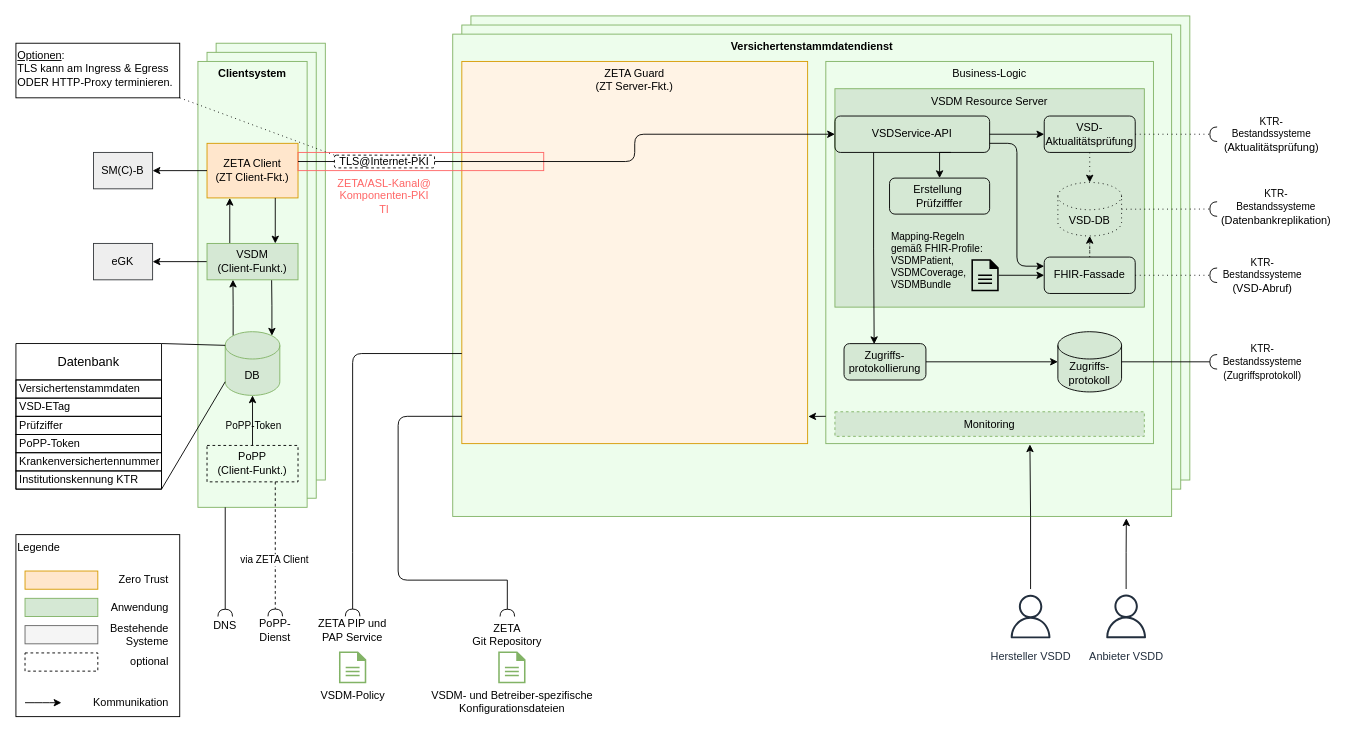
The draw.io diagram src/drawio/Systemueberblick_VSDM2_v2.drawio in gematik/spec-VSDM2, before the edit. Source tidied: cells renumbered, new cells numbered last; positions are measured from the earlier drawing's top-left corner, leaving out a move shared by most shapes. Both pictures are drawn from the tidied source at 91%, with x=0, y=0 at pixel (15, 15).
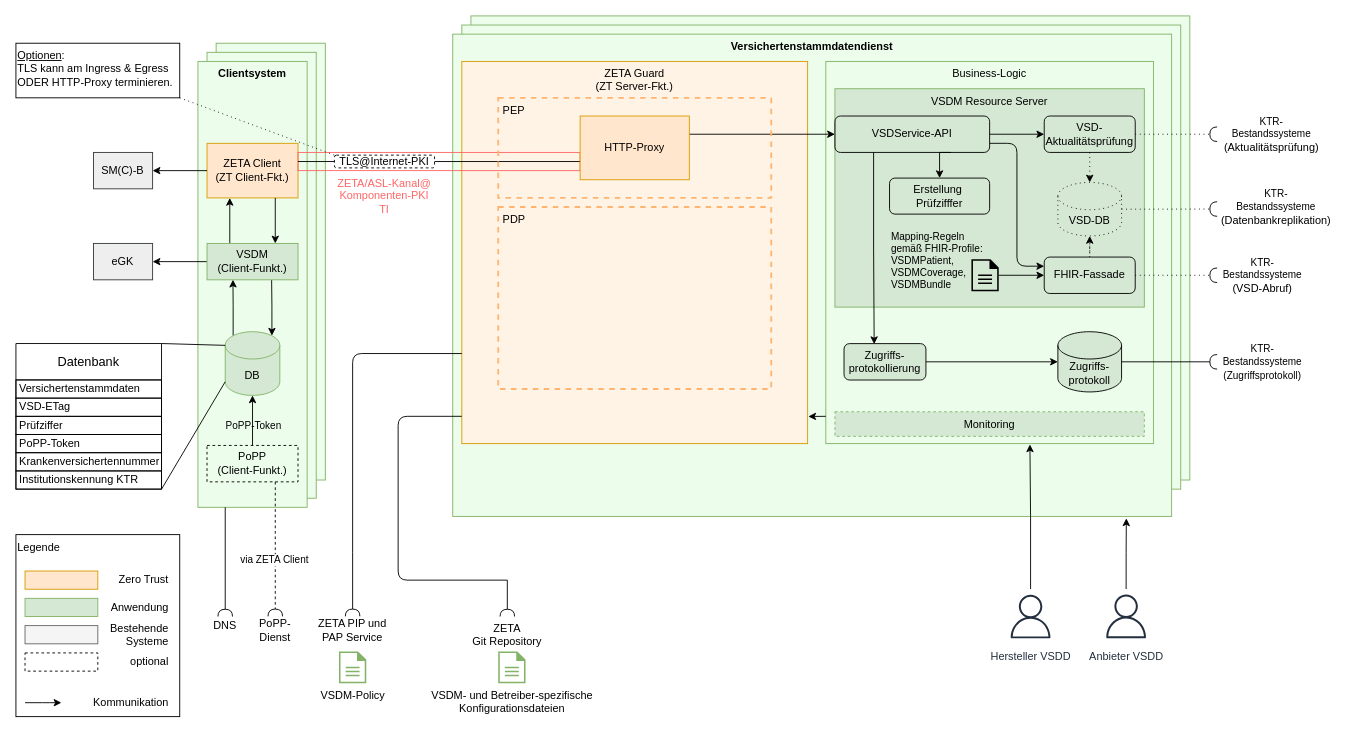
After the change.

Commit message:
ABH: Updating VSDM2 system overview (part 2)

The edit, as a diff of the source:
```diff
@@
     <mxCell id="37" style="rounded=0;whiteSpace=wrap;html=1;fillColor=none;strokeColor=#FF6666;align=right;" parent="1" vertex="1">
-      <mxGeometry x="310" y="150" width="270" height="20" as="geometry" />
+      <mxGeometry x="310" y="150" width="310" height="20" as="geometry" />
     </mxCell>
@@
+    <mxCell id="96" value="HTTP-Proxy" style="rounded=0;whiteSpace=wrap;html=1;fillColor=#ffe6cc;strokeColor=#d79b00;" parent="1" vertex="1">
+      <mxGeometry x="620" y="110" width="120" height="70" as="geometry" />
+    </mxCell>
+    <mxCell id="97" value="&amp;nbsp;PDP&amp;nbsp;" style="rounded=0;whiteSpace=wrap;html=1;fillColor=none;verticalAlign=top;strokeColor=#FFB570;dashed=1;strokeWidth=2;align=left;" parent="1" vertex="1">
+      <mxGeometry x="530" y="210" width="300" height="200" as="geometry" />
+    </mxCell>
+    <mxCell id="98" value="&amp;nbsp;PEP&amp;nbsp;" style="rounded=0;whiteSpace=wrap;html=1;fillColor=none;verticalAlign=top;strokeColor=#FFB570;dashed=1;strokeWidth=2;align=left;" parent="1" vertex="1">
+      <mxGeometry x="530" y="90" width="300" height="110" as="geometry" />
+    </mxCell>
```
